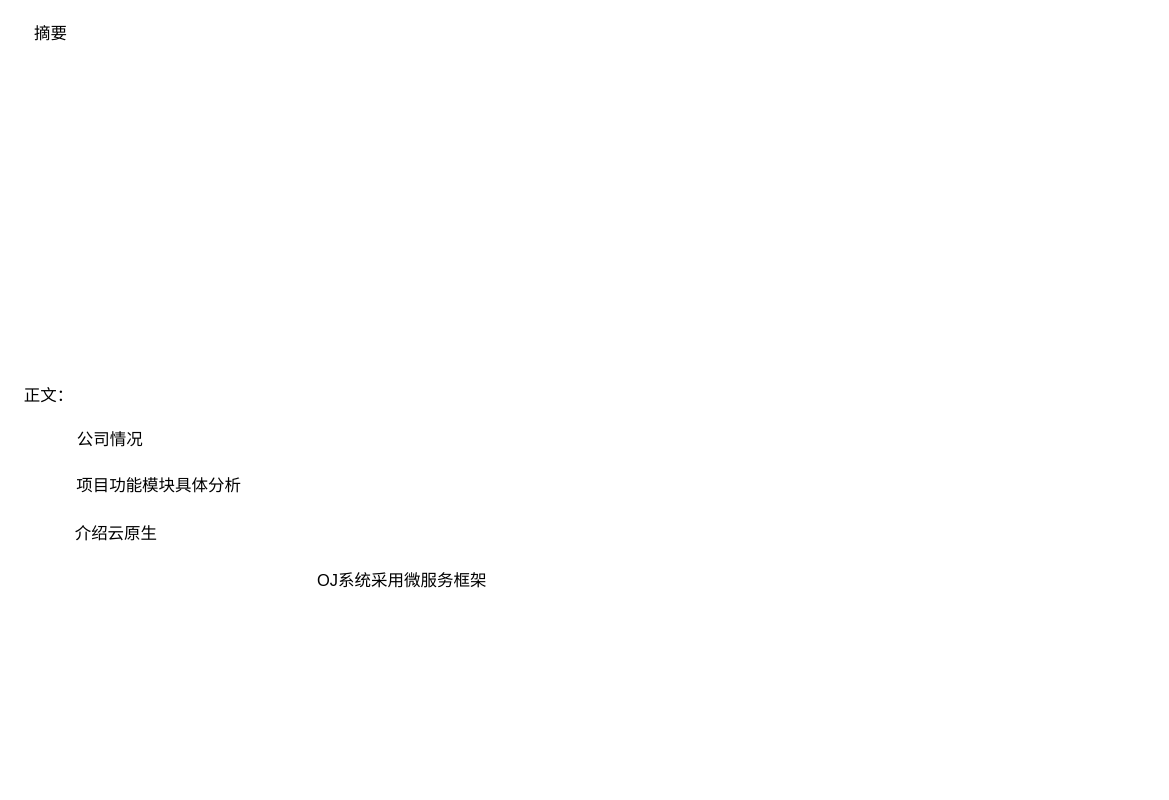
xiaodongYao/DrawIO keeps this draw.io diagram as 云原生架构及其应用.drawio. Above is the earlier version. Source tidied: cells renumbered, new cells numbered last; positions are measured from the earlier drawing's top-left corner, leaving out a move shared by most shapes. Both pictures are drawn from the tidied source at 103%, with x=0, y=0 at pixel (18, 18).
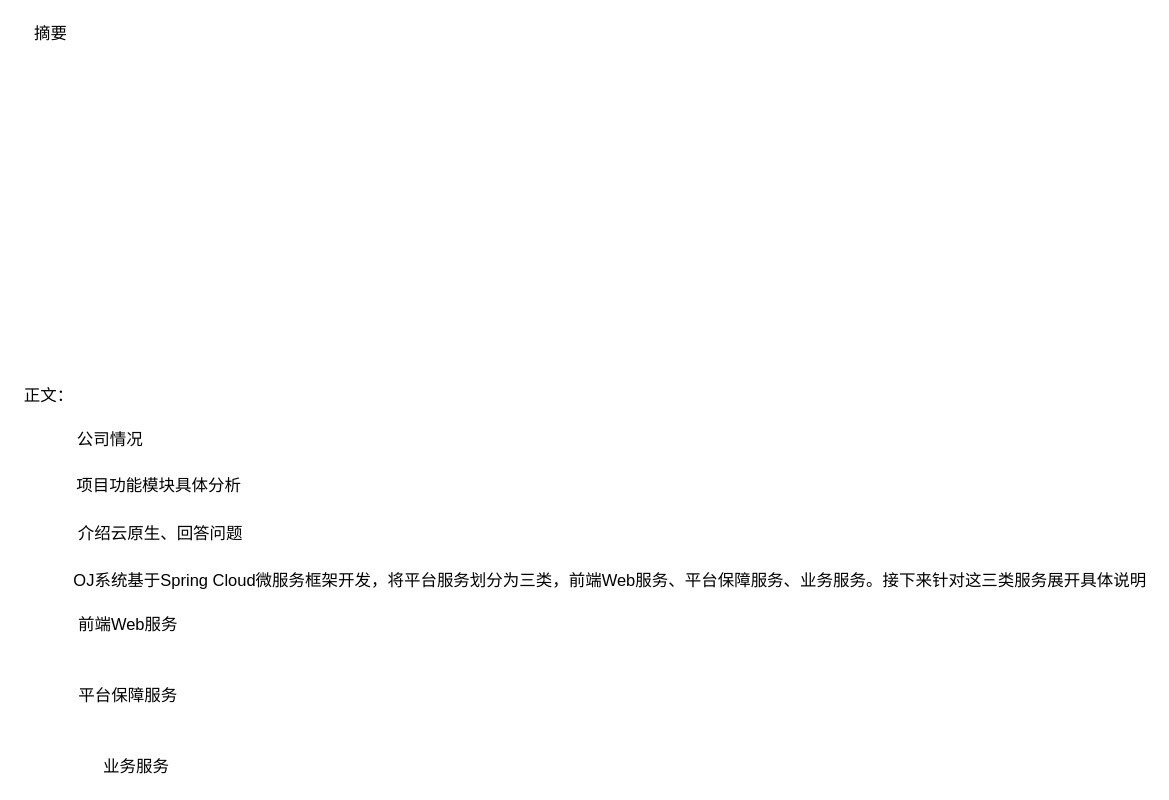
Above is the later version.

Commit message (it also covers changes not shown here):
更新云原生架构及其应用.drawio

Change to the diagram source:
```diff
@@
 <mxGraphModel>
   <root>
     <mxCell id="0" />
     <mxCell id="1" parent="0" />
     <mxCell id="2" value="摘要" style="text;html=1;strokeColor=none;fillColor=none;align=center;verticalAlign=middle;whiteSpace=wrap;rounded=0;fontSize=16;" parent="1" vertex="1">
       <mxGeometry x="2" width="60" height="30" as="geometry" />
     </mxCell>
     <mxCell id="3" value="正文：&lt;br style=&quot;font-size: 16px;&quot;&gt;" style="text;html=1;strokeColor=none;fillColor=none;align=center;verticalAlign=middle;whiteSpace=wrap;rounded=0;fontSize=16;" parent="1" vertex="1">
       <mxGeometry y="351" width="60" height="30" as="geometry" />
     </mxCell>
     <mxCell id="4" value="公司情况" style="text;html=1;strokeColor=none;fillColor=none;align=center;verticalAlign=middle;whiteSpace=wrap;rounded=0;fontSize=16;" parent="1" vertex="1">
       <mxGeometry x="54" y="393" width="71" height="31" as="geometry" />
     </mxCell>
     <mxCell id="5" value="项目功能模块具体分析" style="text;html=1;strokeColor=none;fillColor=none;align=center;verticalAlign=middle;whiteSpace=wrap;rounded=0;fontSize=16;" parent="1" vertex="1">
       <mxGeometry x="54" y="440" width="166" height="27" as="geometry" />
     </mxCell>
-    <mxCell id="6" value="介绍云原生" style="text;html=1;strokeColor=none;fillColor=none;align=center;verticalAlign=middle;whiteSpace=wrap;rounded=0;fontSize=16;" parent="1" vertex="1">
-      <mxGeometry x="54" y="483" width="83" height="33" as="geometry" />
+    <mxCell id="6" value="介绍云原生、回答问题" style="text;html=1;strokeColor=none;fillColor=none;align=center;verticalAlign=middle;whiteSpace=wrap;rounded=0;fontSize=16;" parent="1" vertex="1">
+      <mxGeometry x="54" y="483" width="169" height="33" as="geometry" />
     </mxCell>
-    <mxCell id="7" value="OJ系统采用微服务框架" style="text;html=1;strokeColor=none;fillColor=none;align=center;verticalAlign=middle;whiteSpace=wrap;rounded=0;fontSize=16;" parent="1" vertex="1">
-      <mxGeometry x="57" y="529" width="632" height="33" as="geometry" />
+    <mxCell id="7" value="OJ系统基于Spring Cloud微服务框架开发，将平台服务划分为三类，前端Web服务、平台保障服务、业务服务。接下来针对这三类服务展开具体说明" style="text;html=1;strokeColor=none;fillColor=none;align=center;verticalAlign=middle;whiteSpace=wrap;rounded=0;fontSize=16;" parent="1" vertex="1">
+      <mxGeometry x="49" y="529" width="1052" height="33" as="geometry" />
     </mxCell>
+    <mxCell id="8" value="前端Web服务" style="text;html=1;strokeColor=none;fillColor=none;align=center;verticalAlign=middle;whiteSpace=wrap;rounded=0;fontSize=16;" parent="1" vertex="1">
+      <mxGeometry x="54" y="572" width="106" height="33" as="geometry" />
+    </mxCell>
+    <mxCell id="9" value="平台保障服务" style="text;html=1;strokeColor=none;fillColor=none;align=center;verticalAlign=middle;whiteSpace=wrap;rounded=0;fontSize=16;" parent="1" vertex="1">
+      <mxGeometry x="54" y="641" width="106" height="33" as="geometry" />
+    </mxCell>
+    <mxCell id="10" value="业务服务" style="text;html=1;strokeColor=none;fillColor=none;align=center;verticalAlign=middle;whiteSpace=wrap;rounded=0;fontSize=16;" parent="1" vertex="1">
+      <mxGeometry x="62" y="710" width="106" height="33" as="geometry" />
+    </mxCell>
   </root>
 </mxGraphModel>
```
